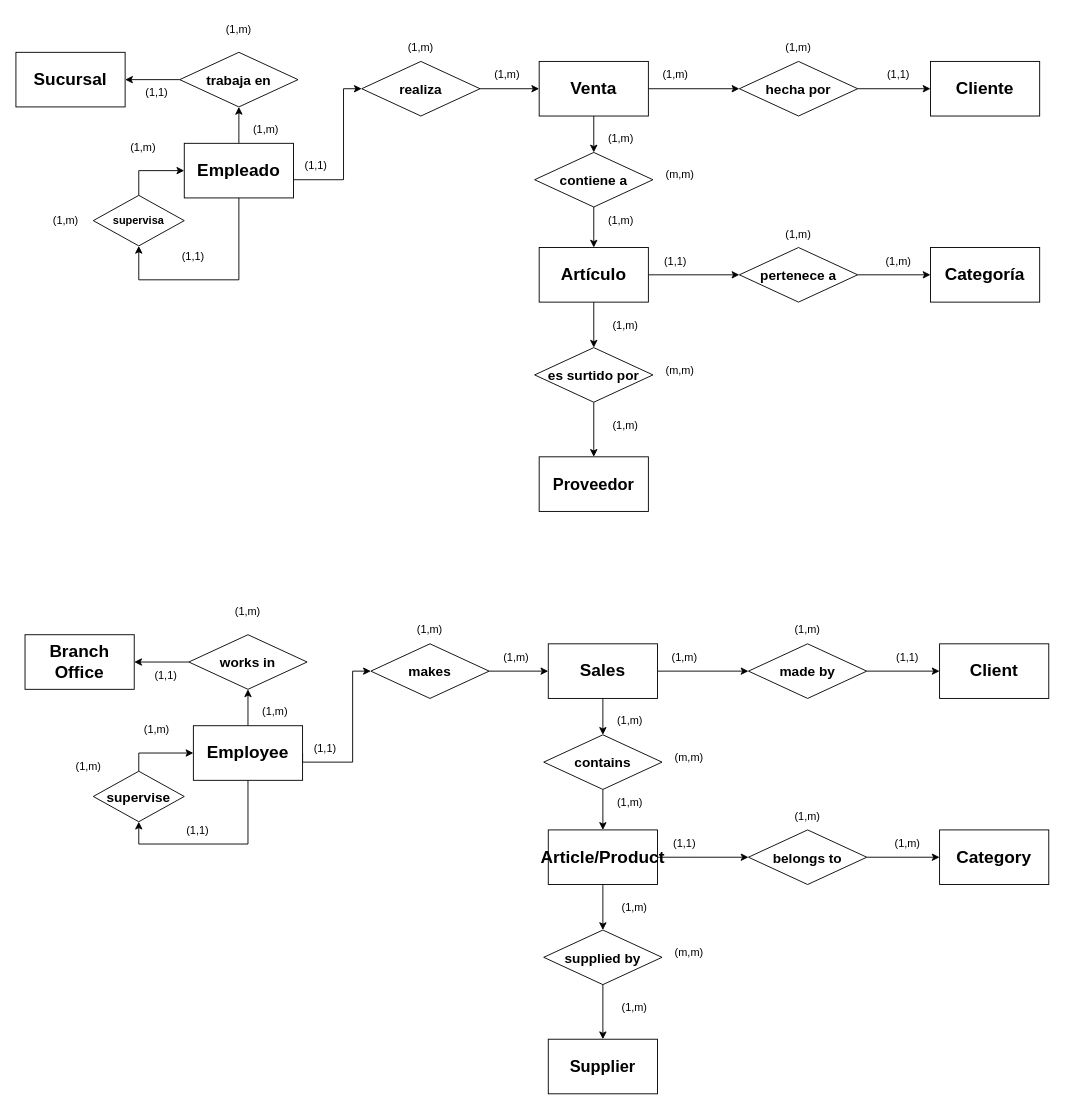
EstebanArellanesConde/Dise-os-E-R-Bases keeps this draw.io diagram as Proyecto_Final.drawio. Above is the earlier version. Source tidied: cells renumbered, new cells numbered last; positions are measured from the earlier drawing's top-left corner, leaving out a move shared by most shapes. Both pictures are drawn from the tidied source at 91%, with x=0, y=0 at pixel (15, 15).
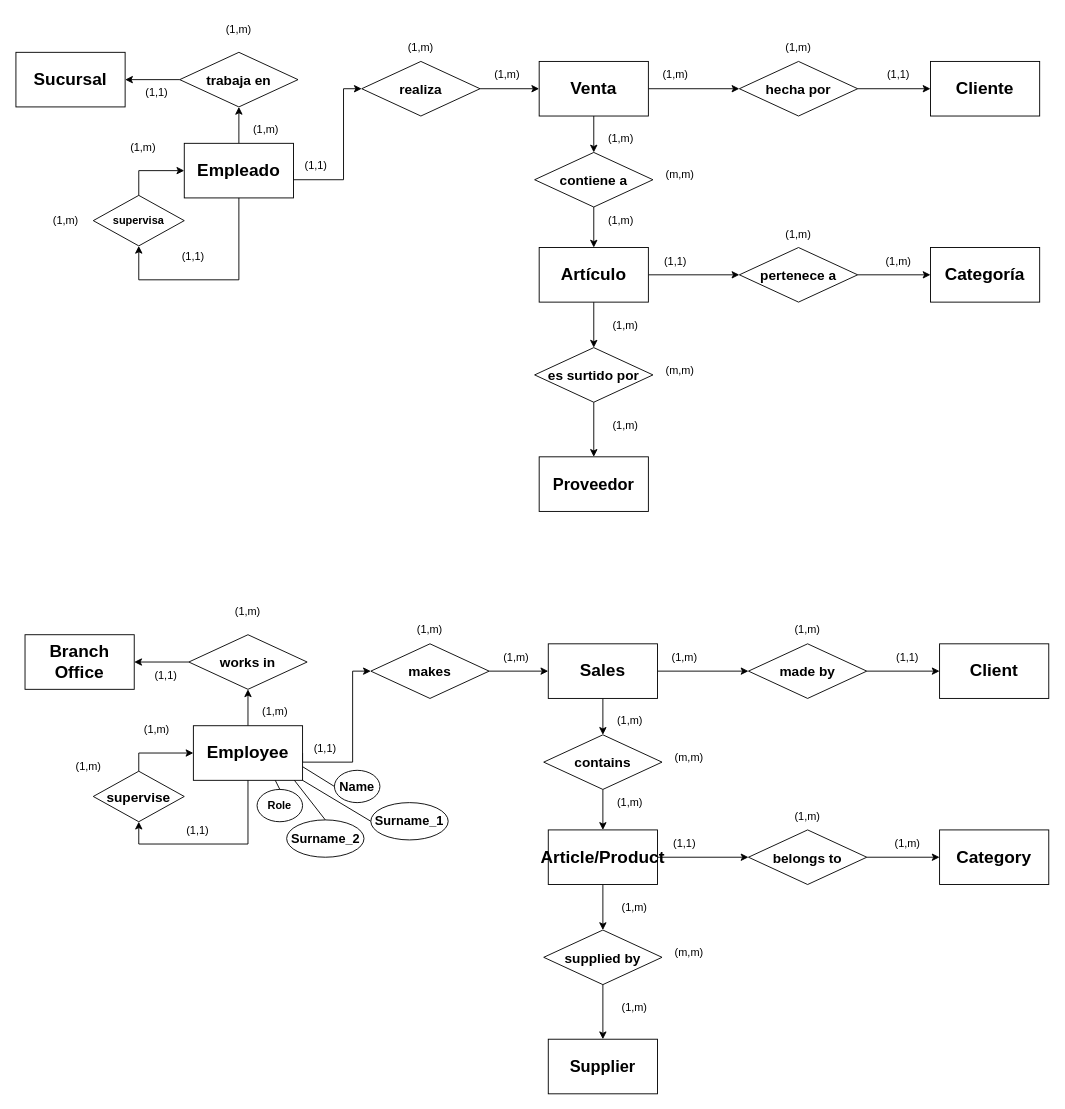
The same page after the edit.

The change refers to these unchanged cells:
```xml
<mxCell id="59" value="&lt;b&gt;&lt;font style=&quot;font-size: 19px;&quot;&gt;Employee&lt;/font&gt;&lt;/b&gt;" style="rounded=0;whiteSpace=wrap;html=1;" parent="1" vertex="1">
  <mxGeometry x="195" y="780" width="120" height="60" as="geometry" />
</mxCell>
```

Change to the diagram source:
```diff
@@
+    <mxCell id="100" value="&lt;font style=&quot;font-size: 14px;&quot;&gt;&lt;b&gt;Name&lt;/b&gt;&lt;/font&gt;" style="ellipse;whiteSpace=wrap;html=1;" parent="1" vertex="1">
+      <mxGeometry x="350" y="829" width="50" height="35.5" as="geometry" />
+    </mxCell>
+    <mxCell id="101" value="&lt;font style=&quot;font-size: 14px;&quot;&gt;&lt;b&gt;Surname_1&lt;/b&gt;&lt;/font&gt;" style="ellipse;whiteSpace=wrap;html=1;" parent="1" vertex="1">
+      <mxGeometry x="390" y="864.5" width="85" height="41" as="geometry" />
+    </mxCell>
+    <mxCell id="102" value="&lt;font style=&quot;font-size: 14px;&quot;&gt;&lt;b&gt;Surname_2&lt;/b&gt;&lt;/font&gt;" style="ellipse;whiteSpace=wrap;html=1;" parent="1" vertex="1">
+      <mxGeometry x="297.5" y="883.5" width="85" height="41" as="geometry" />
+    </mxCell>
+    <mxCell id="103" style="endArrow=none;html=1;rounded=0;exitX=0;exitY=0.5;exitDx=0;exitDy=0;entryX=1;entryY=0.75;entryDx=0;entryDy=0;" parent="1" edge="1" source="100" target="59">
+      <mxGeometry relative="1" as="geometry" />
+    </mxCell>
+    <mxCell id="104" style="endArrow=none;html=1;rounded=0;exitX=0;exitY=0.5;exitDx=0;exitDy=0;entryX=1;entryY=1;entryDx=0;entryDy=0;" parent="1" edge="1" source="101" target="59">
+      <mxGeometry relative="1" as="geometry" />
+    </mxCell>
+    <mxCell id="105" style="endArrow=none;html=1;rounded=0;exitX=0.5;exitY=0;exitDx=0;exitDy=0;entryX=0.925;entryY=1;entryDx=0;entryDy=0;entryPerimeter=0;" parent="1" edge="1" source="102" target="59">
+      <mxGeometry relative="1" as="geometry" />
+    </mxCell>
+    <mxCell id="106" value="&lt;b&gt;Role&lt;/b&gt;" style="ellipse;whiteSpace=wrap;html=1;" parent="1" vertex="1">
+      <mxGeometry x="265" y="850" width="50" height="35.5" as="geometry" />
+    </mxCell>
+    <mxCell id="107" style="endArrow=none;html=1;rounded=0;exitX=0.5;exitY=0;exitDx=0;exitDy=0;entryX=0.75;entryY=1;entryDx=0;entryDy=0;" parent="1" edge="1" source="106" target="59">
+      <mxGeometry relative="1" as="geometry" />
+    </mxCell>
```
